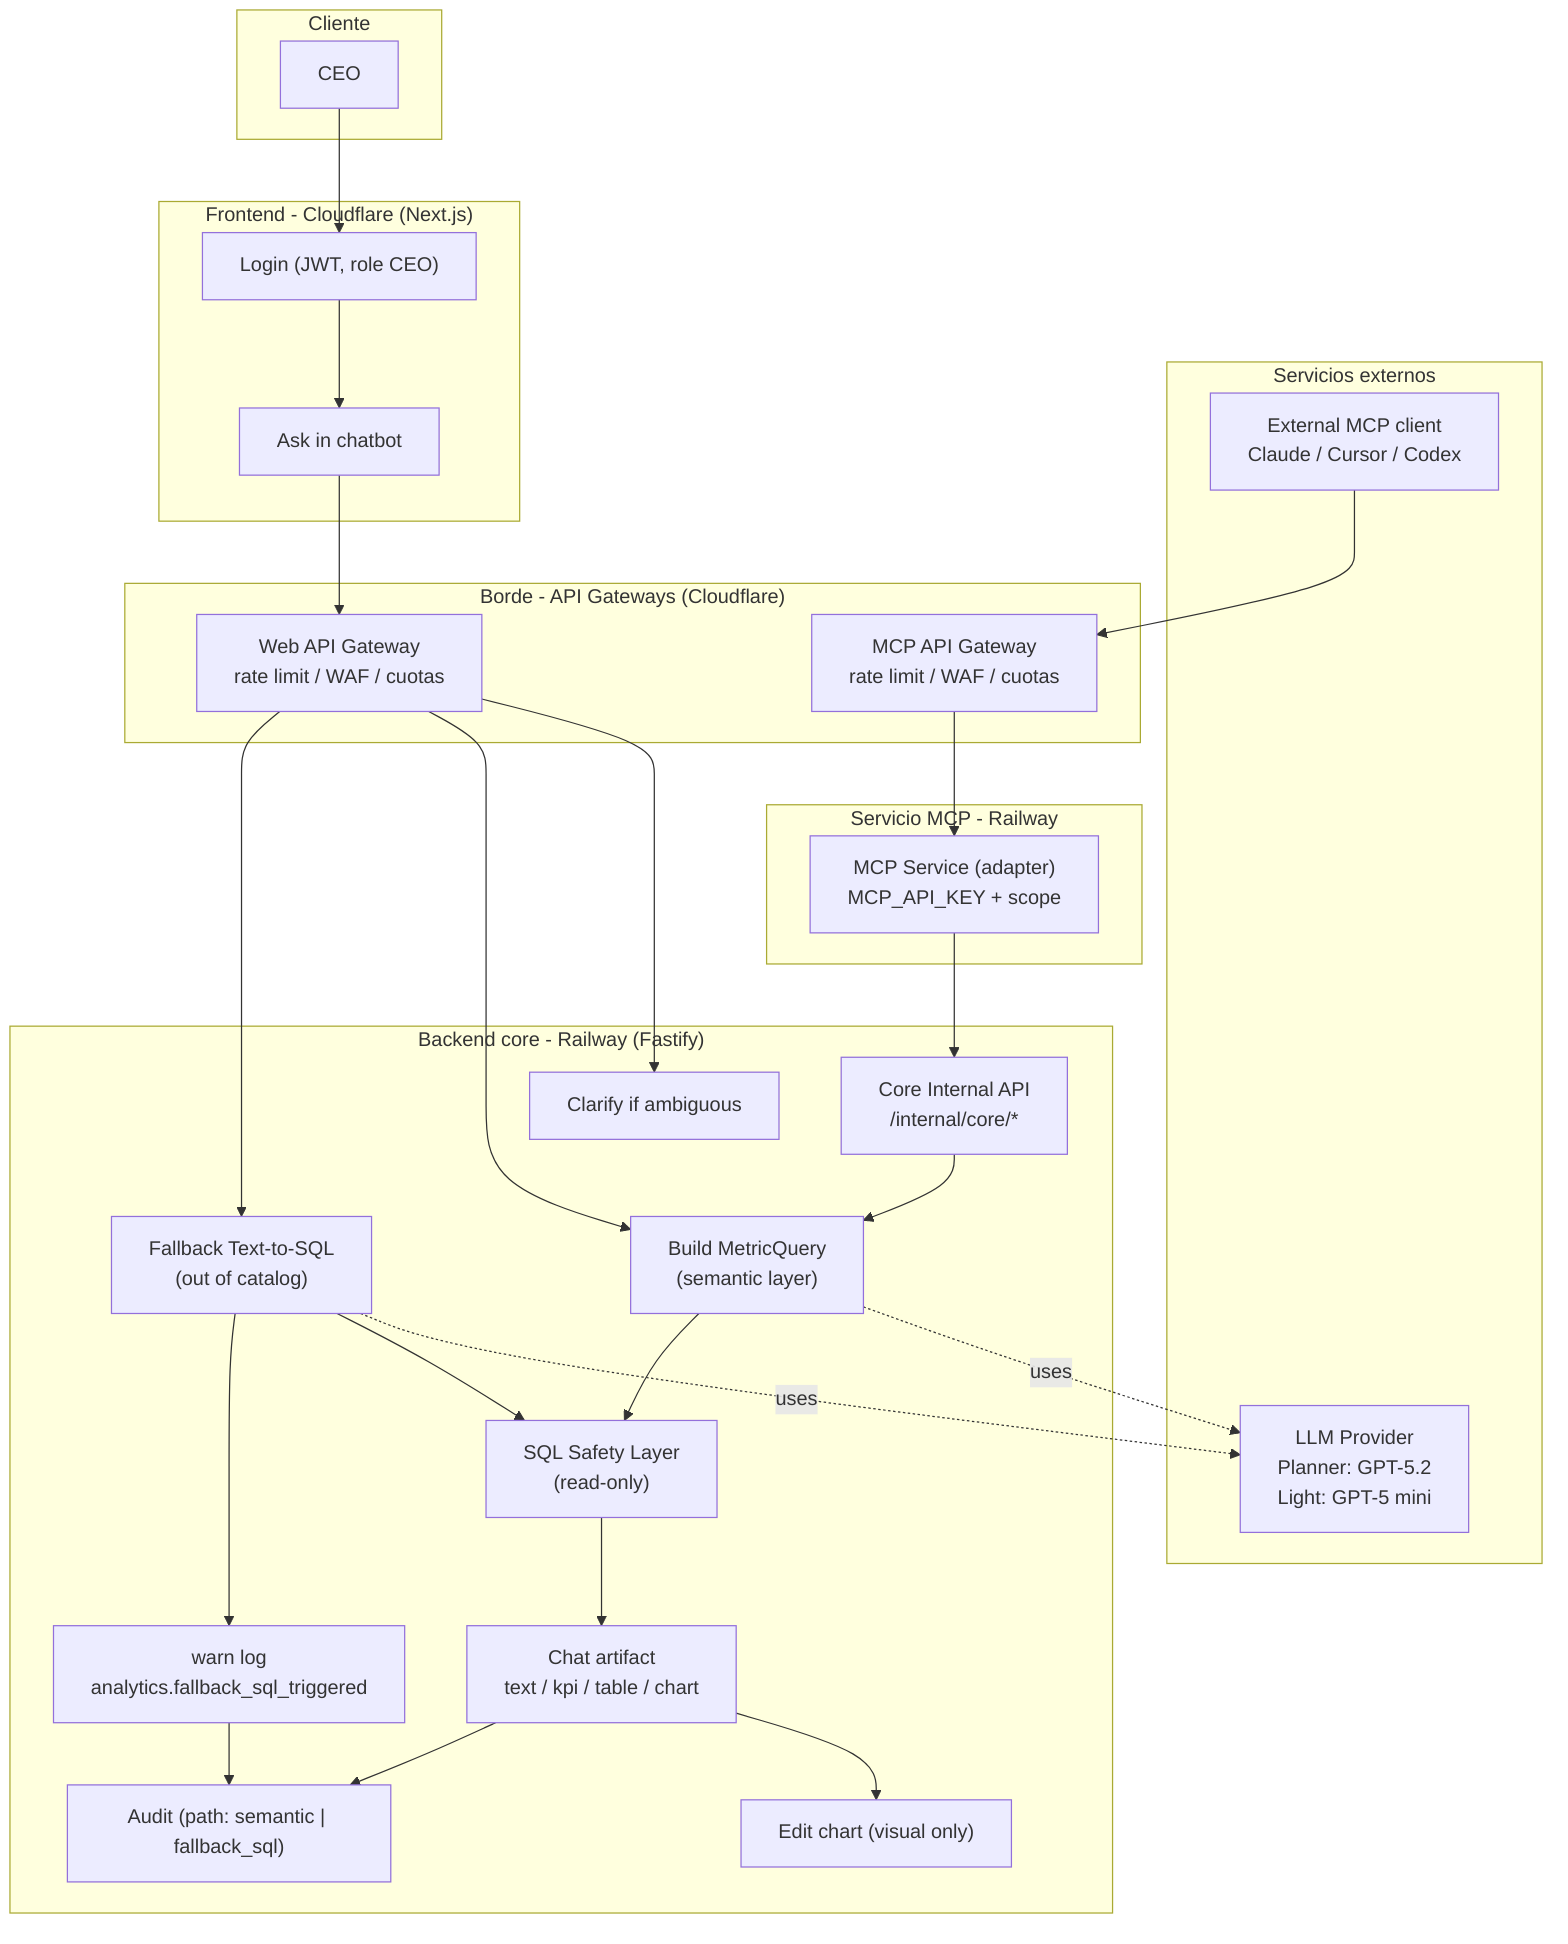
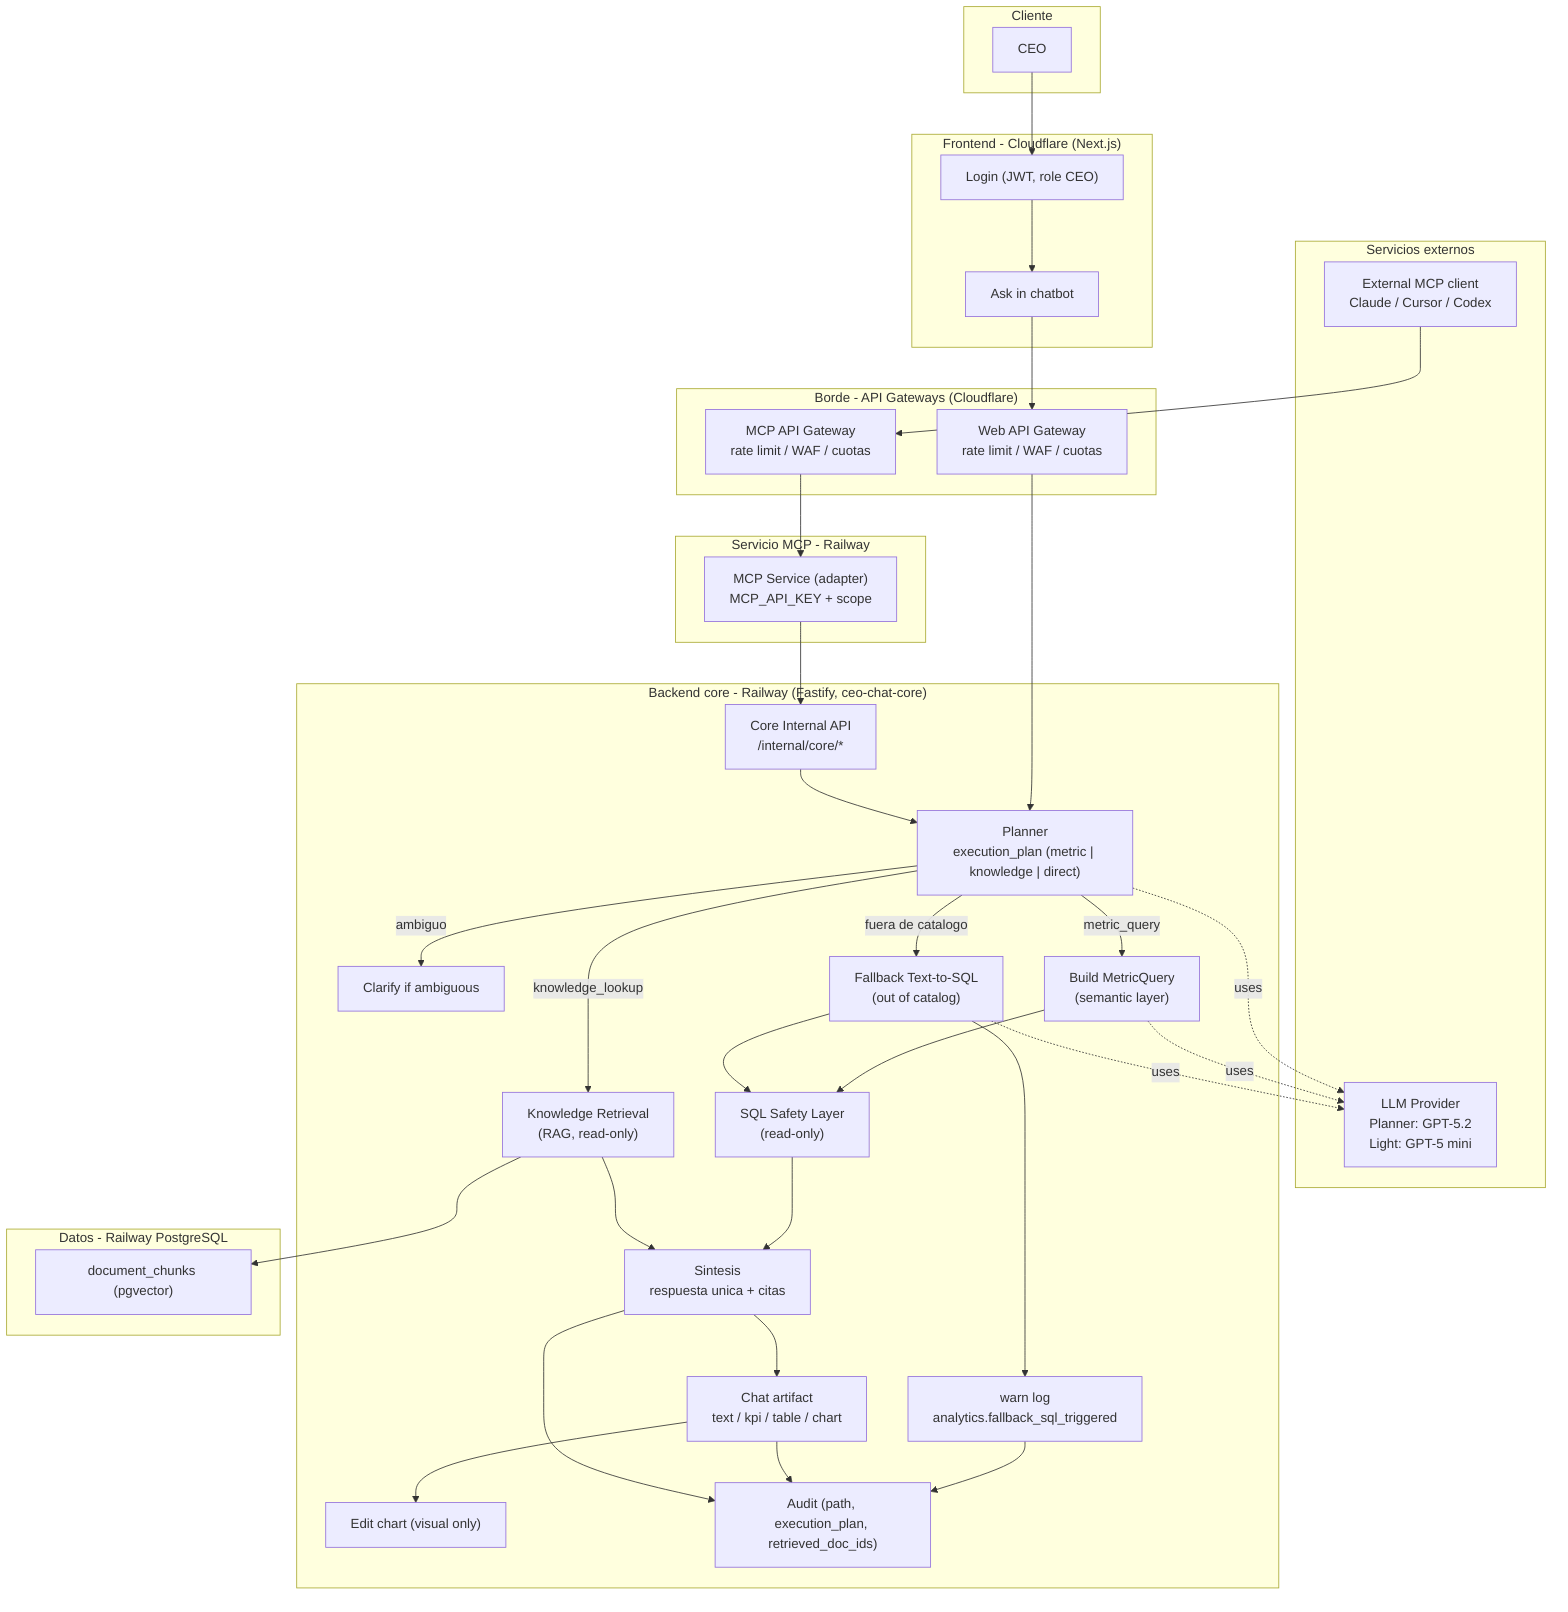
flowchart TB
  subgraph client["Cliente"]
    CEO["CEO"]
  end

  subgraph external["Servicios externos"]
    External["External MCP client\nClaude / Cursor / Codex"]
    LLM["LLM Provider\nPlanner: GPT-5.2\nLight: GPT-5 mini"]
  end

  subgraph edge["Borde - API Gateways (Cloudflare)"]
    WebGW["Web API Gateway\nrate limit / WAF / cuotas"]
    McpGW["MCP API Gateway\nrate limit / WAF / cuotas"]
  end

  subgraph frontend["Frontend - Cloudflare (Next.js)"]
    Login["Login (JWT, role CEO)"]
    Chat["Ask in chatbot"]
  end

  subgraph mcpsvc["Servicio MCP - Railway"]
    MCPsvc["MCP Service (adapter)\nMCP_API_KEY + scope"]
  end

-   subgraph backend["Backend core - Railway (Fastify)"]
+   subgraph backend["Backend core - Railway (Fastify, ceo-chat-core)"]
    CoreAPI["Core Internal API\n/internal/core/*"]
+     Planner["Planner\nexecution_plan (metric | knowledge | direct)"]
    Clarify["Clarify if ambiguous"]
    Metric["Build MetricQuery\n(semantic layer)"]
+     Knowledge["Knowledge Retrieval\n(RAG, read-only)"]
    Fallback["Fallback Text-to-SQL\n(out of catalog)"]
    FallbackLog["warn log\nanalytics.fallback_sql_triggered"]
    Safety["SQL Safety Layer\n(read-only)"]
+     Synth["Sintesis\nrespuesta unica + citas"]
    Artifact["Chat artifact\ntext / kpi / table / chart"]
    EditChart["Edit chart (visual only)"]
-     Audit["Audit (path: semantic | fallback_sql)"]
+     Audit["Audit (path, execution_plan, retrieved_doc_ids)"]
+   end
+ 
+   subgraph data["Datos - Railway PostgreSQL"]
+     Vectors["document_chunks (pgvector)"]
  end

  CEO --> Login
  Login --> Chat
  Chat --> WebGW
-   WebGW --> Clarify
-   WebGW --> Metric
-   WebGW --> Fallback
+   WebGW --> Planner
+   Planner -->|"ambiguo"| Clarify
+   Planner -->|"metric_query"| Metric
+   Planner -->|"knowledge_lookup"| Knowledge
+   Planner -->|"fuera de catalogo"| Fallback
  External --> McpGW
  McpGW --> MCPsvc
  MCPsvc --> CoreAPI
-   CoreAPI --> Metric
+   CoreAPI --> Planner
+   Planner -. "uses" .-> LLM
  Metric -. "uses" .-> LLM
  Fallback -. "uses" .-> LLM
  Metric --> Safety
  Fallback --> Safety
  Fallback --> FallbackLog
  FallbackLog --> Audit
-   Safety --> Artifact
+   Knowledge --> Vectors
+   Safety --> Synth
+   Knowledge --> Synth
+   Synth --> Artifact
  Artifact --> EditChart
  Artifact --> Audit
+   Synth --> Audit
